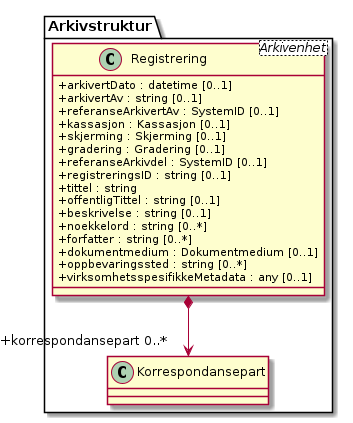
Before: kapitler/media/uml-komposisjon-brukt-med-klasser.png, a diagram exported from PlantUML (arkivverket/noark5-tjenestegrensesnitt-standard).
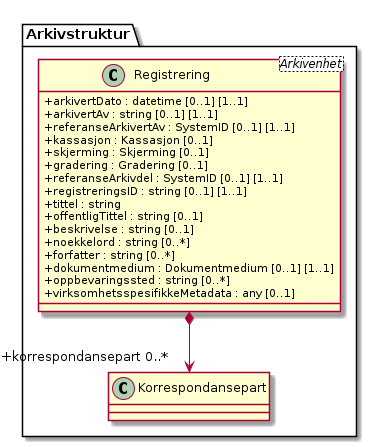
After the commit.

Change to the diagram source:
```diff
@@ -1,20 +1,20 @@
 @startuml
 skinparam classAttributeIconSize 0
 class Arkivstruktur.Registrering <Arkivenhet> {
-  +arkivertDato : datetime [0..1]
-  +arkivertAv : string [0..1]
-  +referanseArkivertAv : SystemID [0..1]
+  +arkivertDato : datetime [0..1] [1..1]
+  +arkivertAv : string [0..1] [1..1]
+  +referanseArkivertAv : SystemID [0..1] [1..1]
   +kassasjon : Kassasjon [0..1]
   +skjerming : Skjerming [0..1]
   +gradering : Gradering [0..1]
-  +referanseArkivdel : SystemID [0..1]
-  +registreringsID : string [0..1]
+  +referanseArkivdel : SystemID [0..1] [1..1]
+  +registreringsID : string [0..1] [1..1]
   +tittel : string
   +offentligTittel : string [0..1]
   +beskrivelse : string [0..1]
   +noekkelord : string [0..*]
   +forfatter : string [0..*]
-  +dokumentmedium : Dokumentmedium [0..1]
+  +dokumentmedium : Dokumentmedium [0..1] [1..1]
   +oppbevaringssted : string [0..*]
   +virksomhetsspesifikkeMetadata : any [0..1]
 }
```
